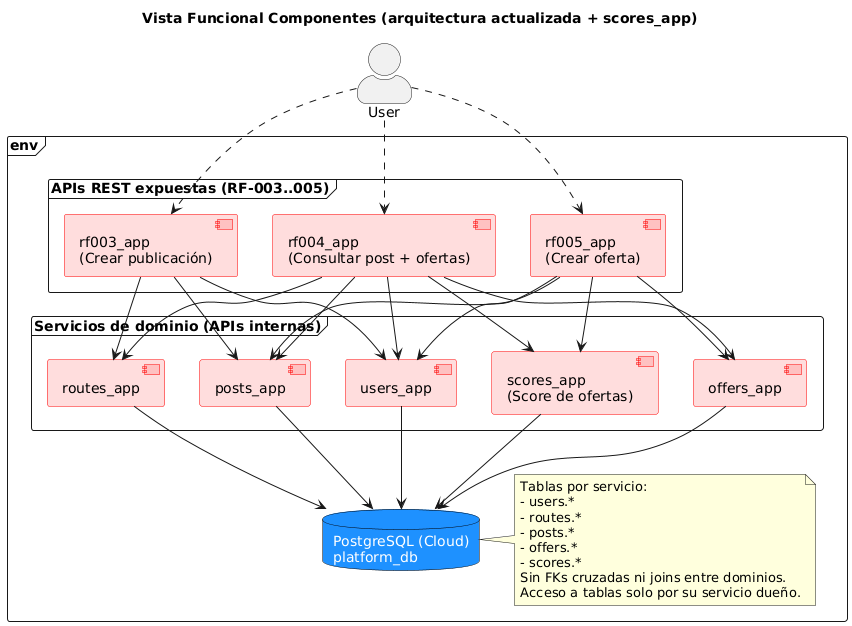
This is docs/diagrams/components.png from ddi4z/Cloud-native-application-development-Course, a PlantUML export, as it was before one commit.
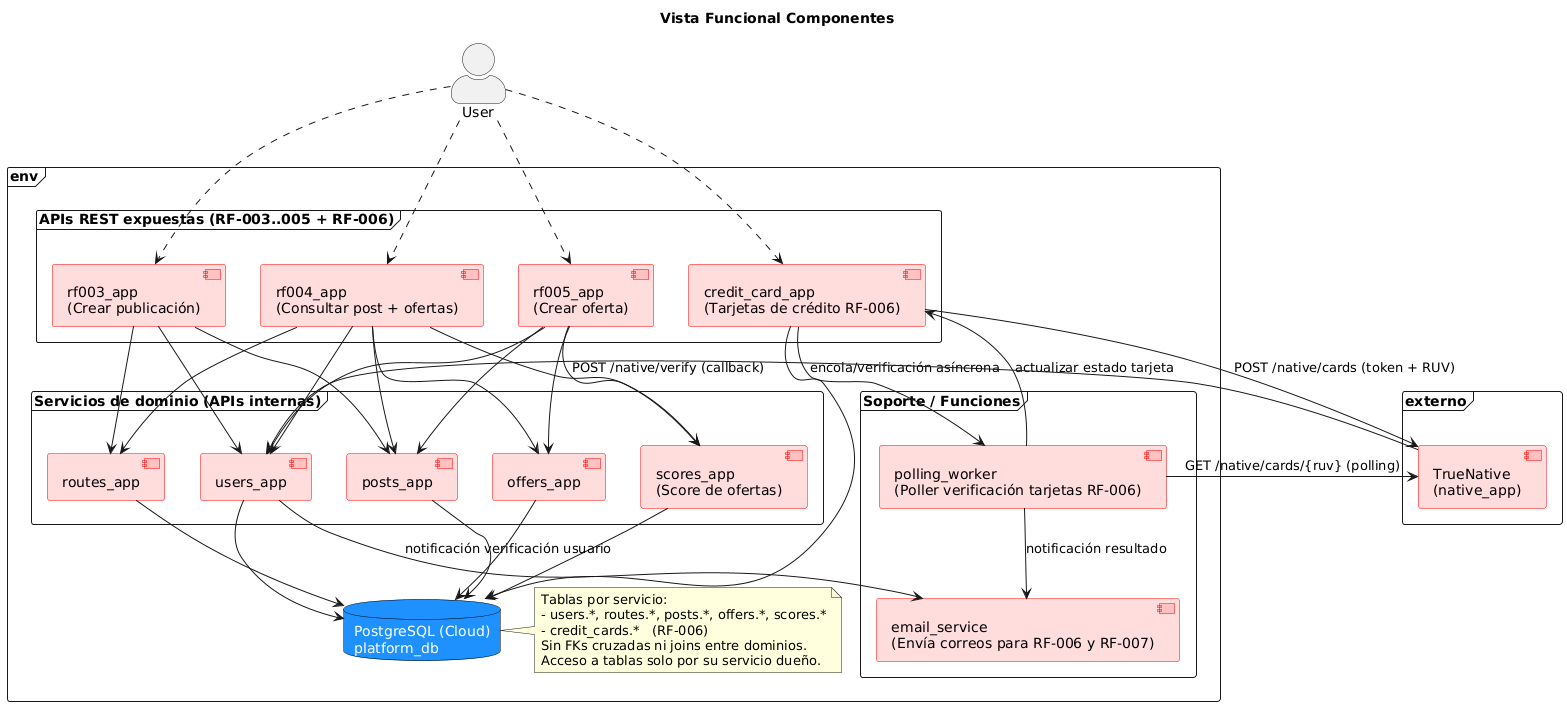
Later version of the same file.

Commit message:
components chart

What changed in the source:
```diff
@@ -13,16 +13,17 @@
   FontColor white
 }
 
-title "Vista Funcional Componentes (arquitectura actualizada + scores_app)"
+title "Vista Funcional Componentes"
 
 actor User
 
 frame "env" {
 
-  frame "APIs REST expuestas (RF-003..005)" {
+  frame "APIs REST expuestas (RF-003..005 + RF-006)" {
     component "rf003_app\n(Crear publicación)" as rf003_app
     component "rf004_app\n(Consultar post + ofertas)" as rf004_app
     component "rf005_app\n(Crear oferta)" as rf005_app
+    component "credit_card_app\n(Tarjetas de crédito RF-006)" as credit_app
   }
 
   frame "Servicios de dominio (APIs internas)" {
@@ -33,15 +34,17 @@
     component "scores_app\n(Score de ofertas)" as scores_app
   }
 
+  frame "Soporte / Funciones" {
+    component "email_service\n(Envía correos para RF-006 y RF-007)" as email_service
+    component "polling_worker\n(Poller verificación tarjetas RF-006)" as polling_worker
+  }
+
   database "PostgreSQL (Cloud)\nplatform_db" as platform_db
 
   note right of platform_db
     Tablas por servicio:
-    - users.*
-    - routes.*
-    - posts.*
-    - offers.*
-    - scores.*
+    - users.*, routes.*, posts.*, offers.*, scores.*
+    - credit_cards.*   (RF-006)
     Sin FKs cruzadas ni joins entre dominios.
     Acceso a tablas solo por su servicio dueño.
   end note
@@ -49,6 +52,7 @@
   User ..> rf003_app
   User ..> rf004_app
   User ..> rf005_app
+  User ..> credit_app
 
   rf003_app --> users_app
   rf003_app --> routes_app
@@ -70,5 +74,22 @@
   posts_app  --> platform_db
   offers_app --> platform_db
   scores_app --> platform_db
+  credit_app --> platform_db
+
+  credit_app --> polling_worker : encola/verificación asíncrona
+  polling_worker --> credit_app : actualizar estado tarjeta
+  polling_worker --> email_service : notificación resultado
+
+  users_app --> email_service : notificación verificación usuario
+
 }
+
+frame "externo" {
+  component "TrueNative\n(native_app)" as native_app
+}
+
+credit_app --> native_app : POST /native/cards (token + RUV)
+polling_worker --> native_app : GET /native/cards/{ruv} (polling)
+
+native_app --> users_app : POST /native/verify (callback)
 @enduml
```
